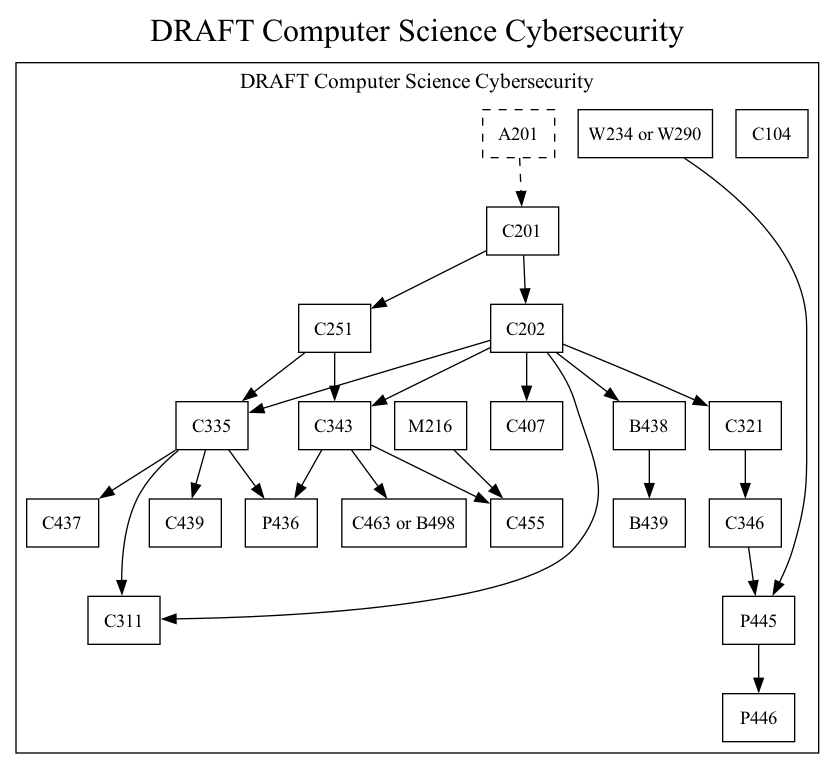
IUS-CS/GraduationGraph keeps this Graphviz diagram as Cybersecurity.dot.png. Above is the earlier version. Its source is kept beside it as Cybersecurity.dot. Its diagram source:
```dot
digraph G {
node[style=solid]; rankdir=TB;
node [shape=record]
layout="dot"

labelloc=t
fontsize=24
label="DRAFT Computer Science Cybersecurity\n"

subgraph cluster0 {
fontsize=16
style="solid"

C437->C311 [style=invis]
W234orW290->C201 [style=invis]
A201 [style=dashed]
C104
W234orW290 [label="W234 or W290"]  {rank="max";}
C201
C202
C251
C335 [group=1]
C343 [group=1]
C321 [group=1]
C346 [group=1]
B438 [group=2]
B439 [group=2]
P436 [group=2]
C437 [group=2]
C455 [group=2]
P445 [group=3]
P446 [group=3]
C407 [group=2]
C439 [group=2]
C463orB498 [label="C463 or B498"]
M216
}

A201->C201 [style=dashed]
C201->C202
C201->C251
C202->C335
C202->C407
C202->B438
B438->B439
C335->C439
C251->C335
C251->C343
C202->C343
C321->C346
C202->C311
C202->C321
C335->C311
C335->C437
C343->P436
C343->C463orB498
C335->P436
M216->C455
C343->C455
C346->P445
W234orW290->P445
P445->P446

}
```
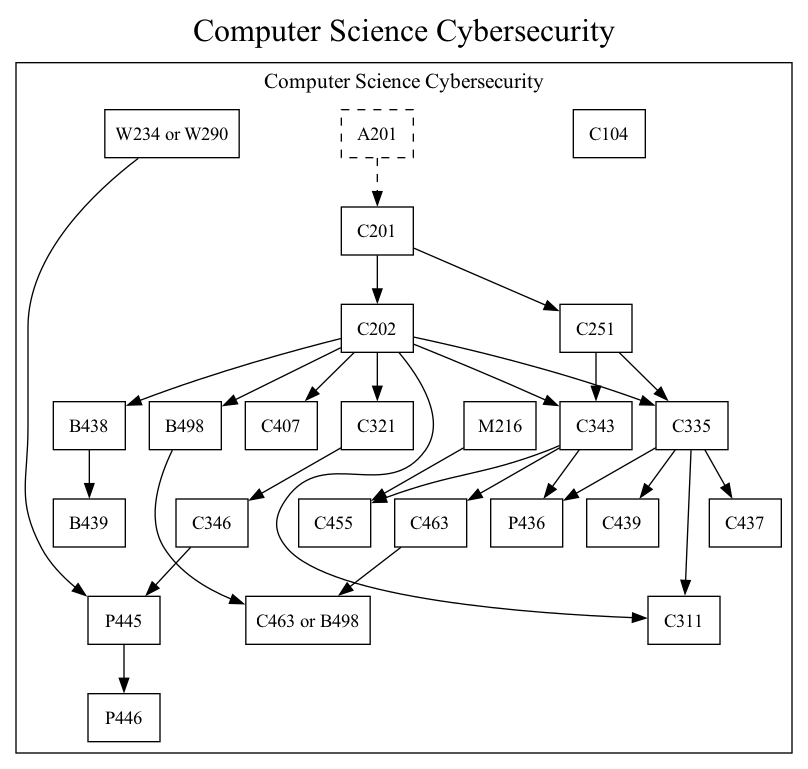
After the change.

Diff of the diagram source:
```diff
@@ -5,7 +5,7 @@
 
 labelloc=t
 fontsize=24
-label="DRAFT Computer Science Cybersecurity\n"
+label="Computer Science Cybersecurity\n"
 
 subgraph cluster0 {
 fontsize=16
@@ -32,6 +32,8 @@
 P446 [group=3]
 C407 [group=2]
 C439 [group=2]
+C463 [group=2]
+B498 [group=3]
 C463orB498 [label="C463 or B498"]
 M216
 }
@@ -42,6 +44,7 @@
 C202->C335
 C202->C407
 C202->B438
+C202->B498
 B438->B439
 C335->C439
 C251->C335
@@ -53,12 +56,13 @@
 C335->C311
 C335->C437
 C343->P436
-C343->C463orB498
+C343->C463
+C463->C463orB498
+B498->C463orB498
 C335->P436
 M216->C455
 C343->C455
 C346->P445
 W234orW290->P445
 P445->P446
-
 }
```
